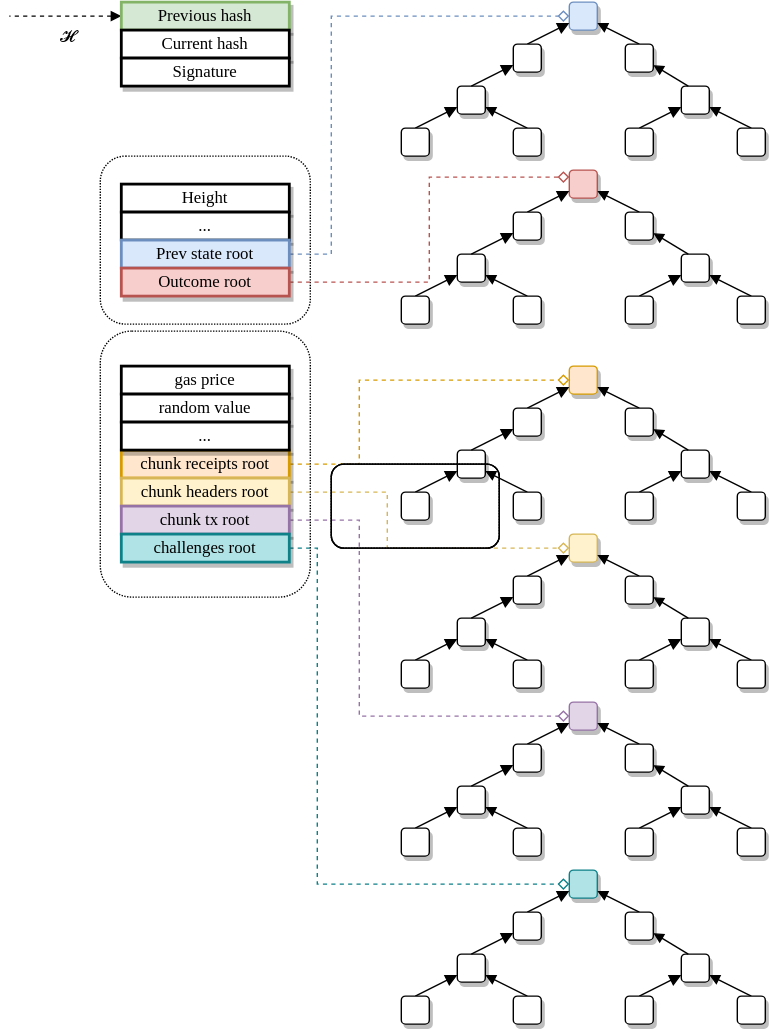
tompgn/midterm keeps this draw.io diagram as images/hd.svg. Above is the earlier version. Source tidied: cells renumbered, new cells last; positions are measured from the earlier drawing's top-left corner, leaving out a move shared by most shapes.
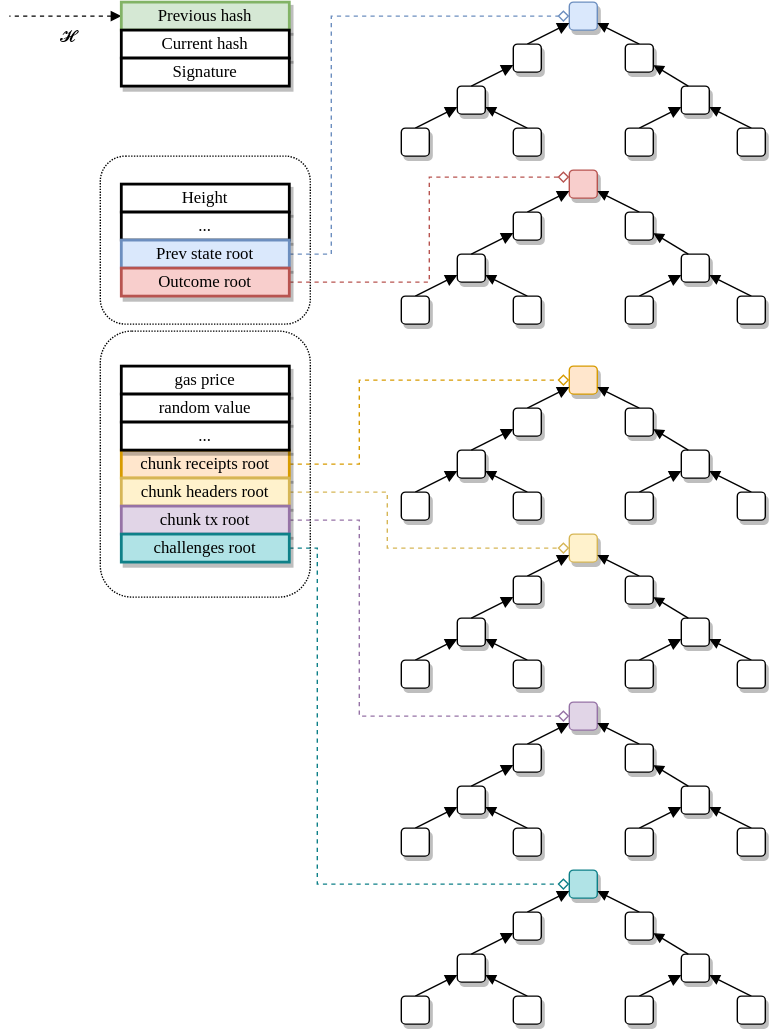
Later version of the same file.

Commit message:
Added colours to the diagrams.

What changed in the source:
```diff
@@ -389,15 +389,6 @@
         </Array>
       </mxGeometry>
     </mxCell>
-    <mxCell id="122" style="rounded=1;whiteSpace=wrap;html=1;fillColor=none;" parent="1" vertex="1">
-      <mxGeometry x="230" y="330" width="120" height="60" as="geometry" />
-    </mxCell>
-    <mxCell id="123" style="rounded=1;whiteSpace=wrap;html=1;fillColor=none;" parent="1" vertex="1">
-      <mxGeometry x="230" y="330" width="120" height="60" as="geometry" />
-    </mxCell>
-    <mxCell id="124" style="rounded=1;whiteSpace=wrap;html=1;fillColor=none;dashed=1;dashPattern=1 1;" parent="1" vertex="1">
-      <mxGeometry x="230" y="330" width="120" height="60" as="geometry" />
-    </mxCell>
     <mxCell id="125" value="&lt;span&gt;chunk receipts root&lt;/span&gt;" style="whiteSpace=wrap;html=1;rounded=0;shadow=1;labelBackgroundColor=none;strokeWidth=2;fontFamily=Verdana;fontSize=12;align=center;fillColor=#ffe6cc;strokeColor=#d79b00;" parent="1" vertex="1">
       <mxGeometry x="80" y="320" width="120" height="20" as="geometry" />
     </mxCell>
```
